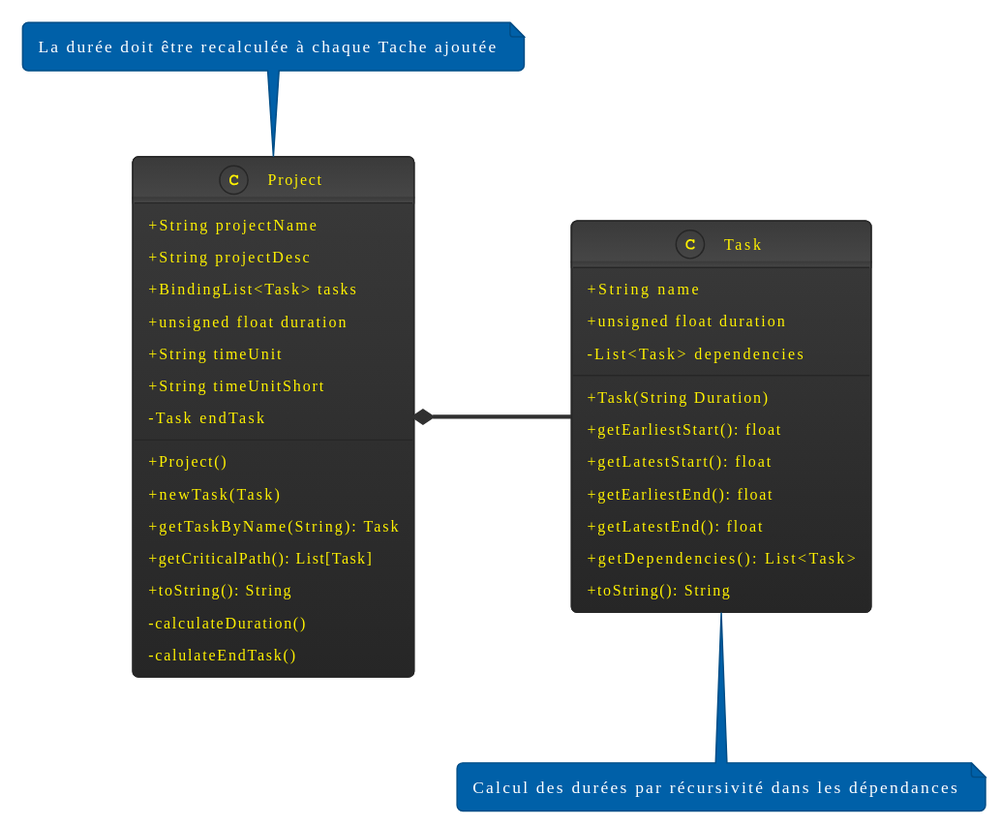
Above: UML_Class_Diagram.svg in zacharie-fourrier/Pert-Maker (PlantUML), before the change.
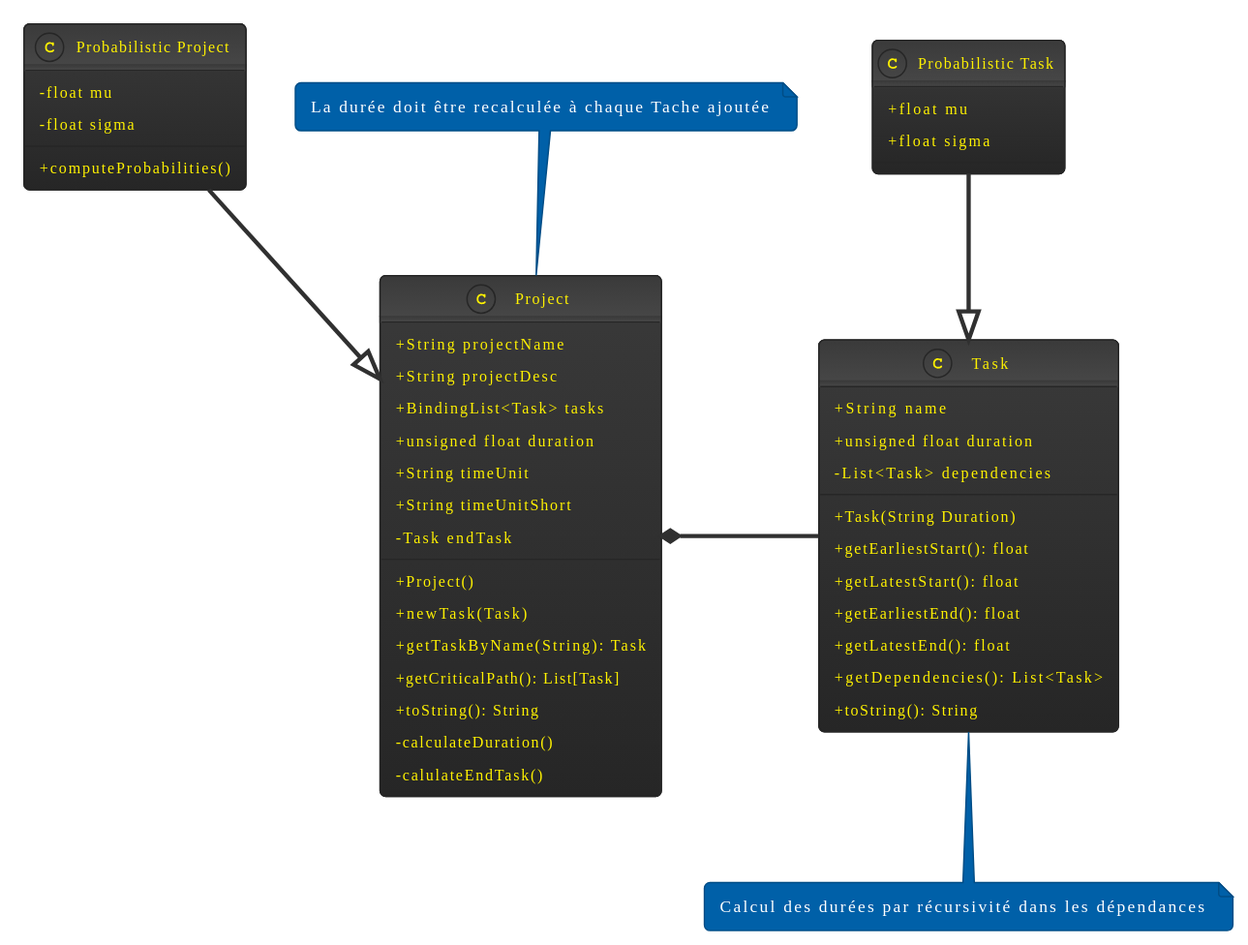
The same file after the commit.

Commit message:
UML Class for V1.1.0

Updated UML Class diagram and specs to allow usage of probabilistic tasks duration

Diff of the diagram source:
```diff
@@ -34,9 +34,23 @@
 +toString(): String
 }
 
+class "Probabilistic Task" {
++float mu
++float sigma
+}
+
+class "Probabilistic Project" {
+-float mu
+-float sigma
+
++computeProbabilities()
+}
+
 note top of Project : La durée doit être recalculée à chaque Tache ajoutée
 
 note bottom of Task : Calcul des durées par récursivité dans les dépendances
 
 Project "0..n" *- Task : Composes
+"Probabilistic Task" --|> Task
+"Probabilistic Project" --|> Project
 @enduml
```
